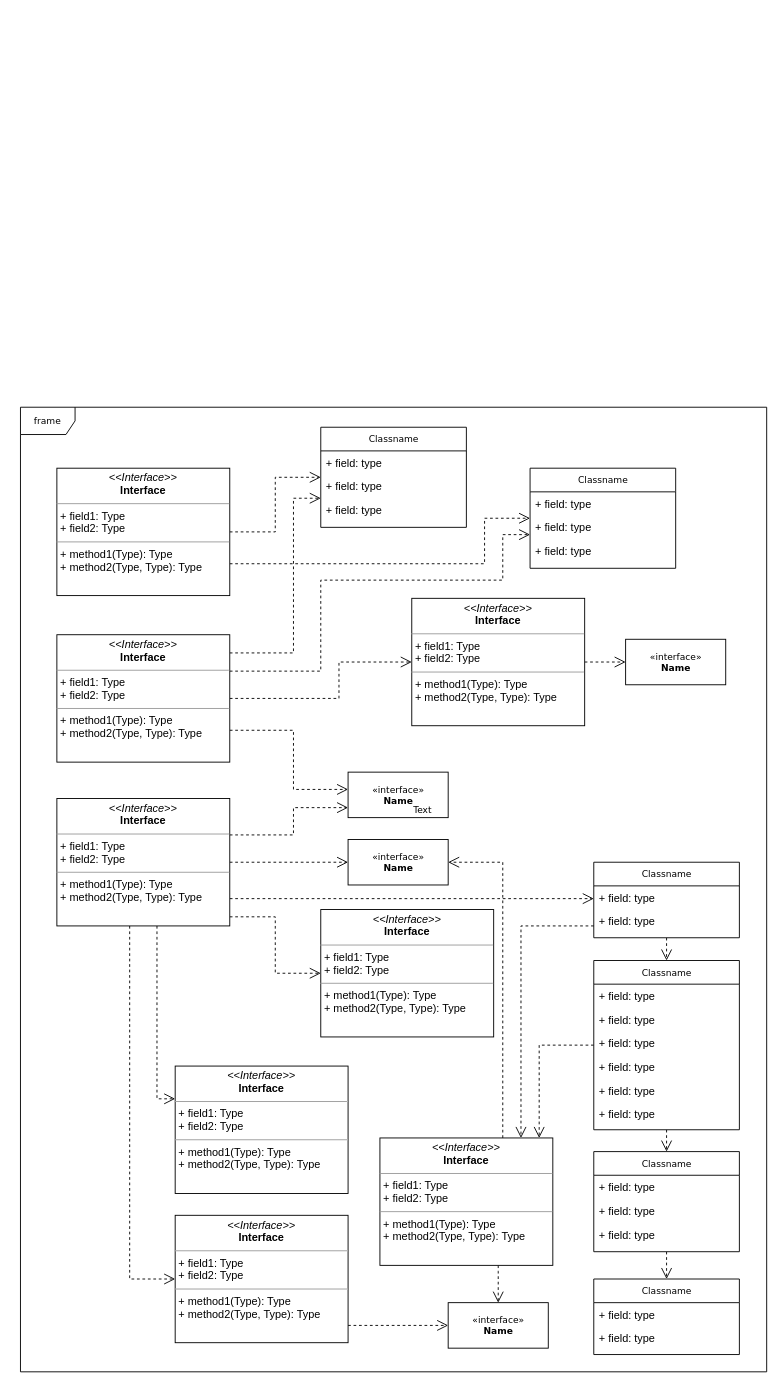
Earlier version of the draw.io diagram bulkload/add-update-GBIF.drawio (UC-JepsonHerbaria/CCH1_Version2). Source tidied: cells renumbered, new cells numbered last; positions are measured from the earlier drawing's top-left corner, leaving out a move shared by most shapes. Both pictures are drawn from the tidied source at 91%, with x=0, y=0 at pixel (20, 407).
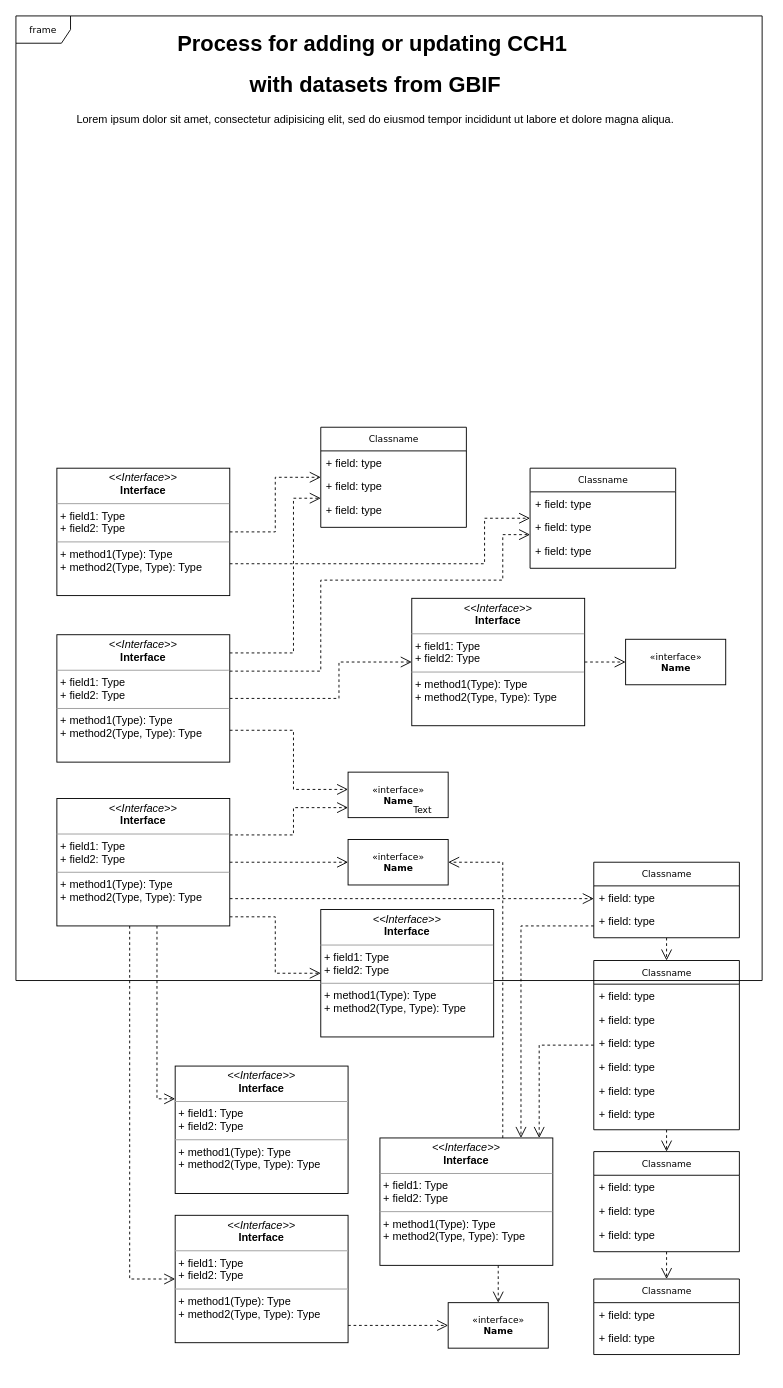
The same page after the edit.

Change to the diagram source:
```diff
@@
     <mxCell id="2" value="frame" style="shape=umlFrame;whiteSpace=wrap;html=1;rounded=0;shadow=0;comic=0;labelBackgroundColor=none;strokeWidth=1;fontFamily=Verdana;fontSize=10;align=center;" parent="1" vertex="1">
-      <mxGeometry width="820" height="1060" as="geometry" />
+      <mxGeometry x="-5" y="-430" width="820" height="1060" as="geometry" />
     </mxCell>
@@
+    <mxCell id="62" value="&lt;h1 style=&quot;text-align: center; margin-top: 0px;&quot;&gt;Process for adding or updating CCH1&amp;nbsp;&lt;/h1&gt;&lt;h1 style=&quot;text-align: center; margin-top: 0px;&quot;&gt;with datasets from GBIF&lt;/h1&gt;&lt;p&gt;Lorem ipsum dolor sit amet, consectetur adipisicing elit, sed do eiusmod tempor incididunt ut labore et dolore magna aliqua.&lt;/p&gt;" style="text;html=1;whiteSpace=wrap;overflow=hidden;rounded=0;" parent="1" vertex="1">
+      <mxGeometry x="60" y="-420" width="680" height="120" as="geometry" />
+    </mxCell>
```
